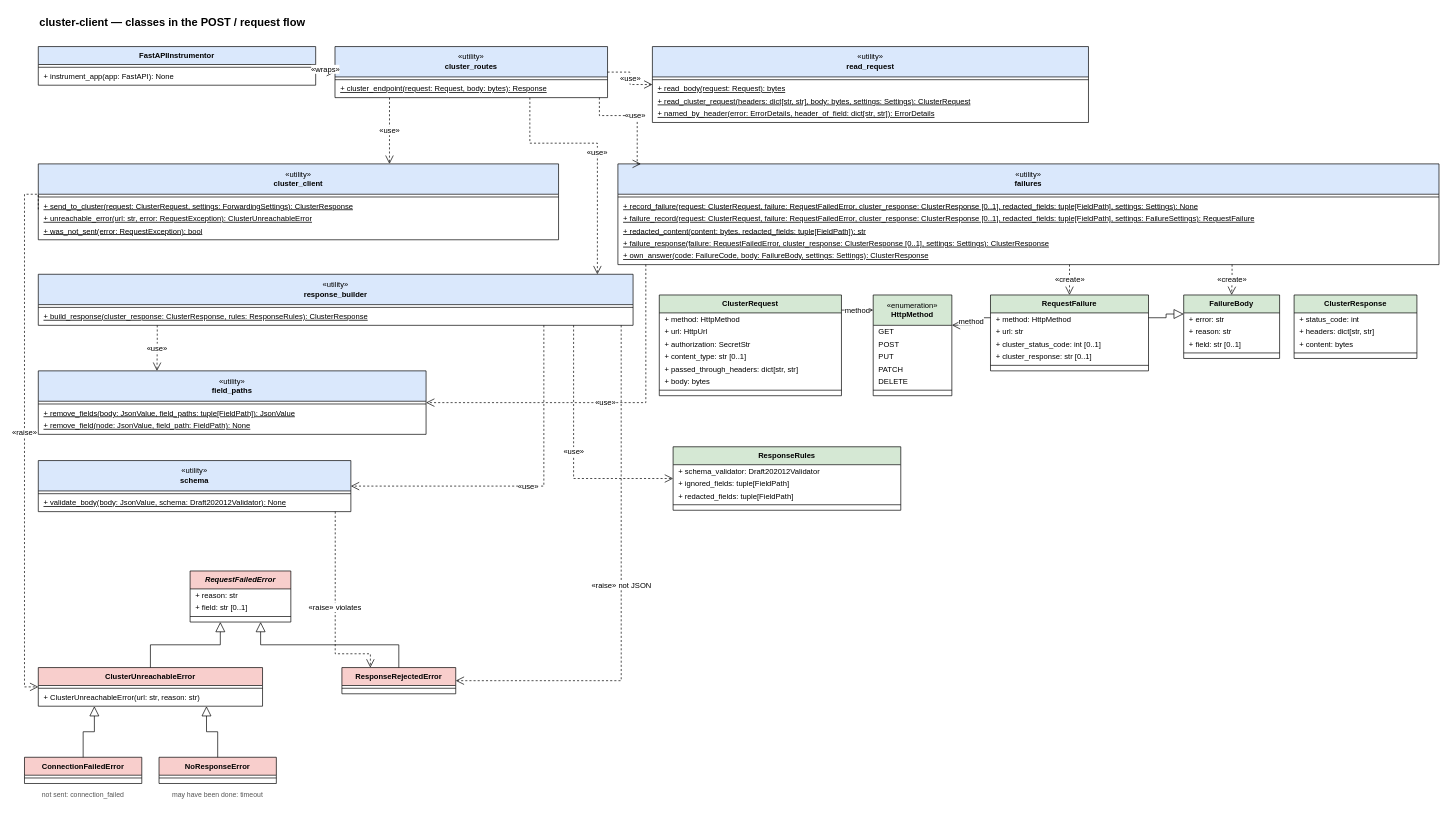
Earlier version of the draw.io diagram docs/diagrams/class-diagram.drawio (EliShteinman/cluster-client). Source tidied: cells renumbered, new cells numbered last; positions are measured from the earlier drawing's top-left corner, leaving out a move shared by most shapes. Both pictures are drawn from the tidied source at 69%, with x=0, y=0 at pixel (24, 12).
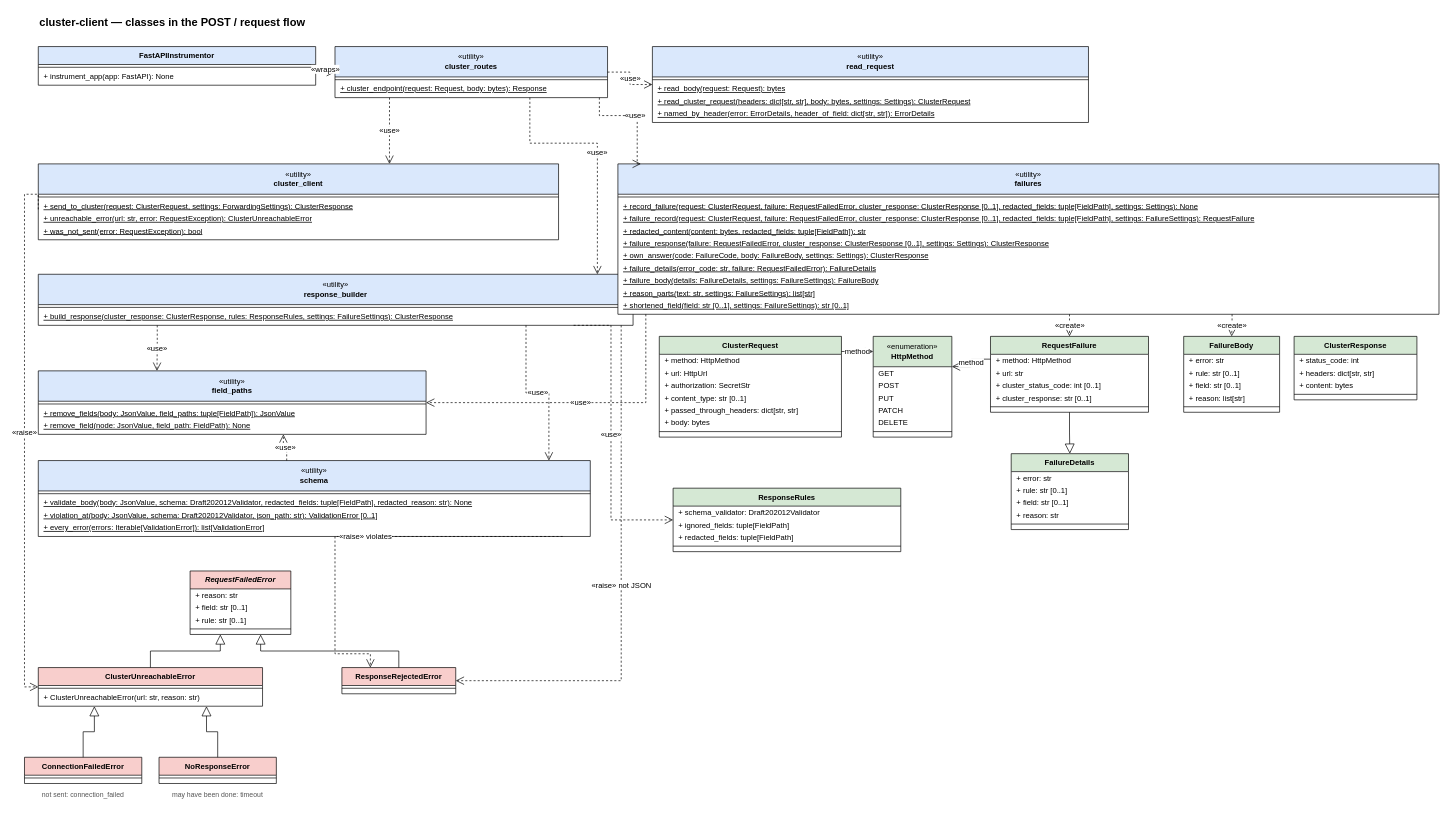
The same page after the edit.

Unchanged cells that the change refers to:
```xml
<mxCell id="19" value="«utility»&lt;br&gt;&lt;b&gt;response_builder&lt;/b&gt;" style="swimlane;html=1;fontStyle=0;horizontal=1;startSize=44;whiteSpace=wrap;fillColor=#DAE8FC;swimlaneFillColor=#FFFFFF;fontFamily=Helvetica;fontSize=11;" parent="1" vertex="1">
  <mxGeometry x="20" y="380" width="862" height="74" as="geometry" />
</mxCell>
<mxCell id="22" value="«utility»&lt;br&gt;&lt;b&gt;field_paths&lt;/b&gt;" style="swimlane;html=1;fontStyle=0;horizontal=1;startSize=44;whiteSpace=wrap;fillColor=#DAE8FC;swimlaneFillColor=#FFFFFF;fontFamily=Helvetica;fontSize=11;" parent="1" vertex="1">
  <mxGeometry x="20" y="520" width="562" height="92" as="geometry" />
</mxCell>
```

What changed in the source:
```diff
@@
-    <mxCell id="21" value="+ build_response(cluster_response: ClusterResponse, rules: ResponseRules): ClusterResponse" style="text;strokeColor=none;fillColor=none;align=left;verticalAlign=middle;spacingLeft=6;spacingRight=4;overflow=hidden;fontStyle=4;fontFamily=Helvetica;fontSize=11;" parent="19" vertex="1">
+    <mxCell id="21" value="+ build_response(cluster_response: ClusterResponse, rules: ResponseRules, settings: FailureSettings): ClusterResponse" style="text;strokeColor=none;fillColor=none;align=left;verticalAlign=middle;spacingLeft=6;spacingRight=4;overflow=hidden;fontStyle=4;fontFamily=Helvetica;fontSize=11;" parent="19" vertex="1">
       <mxGeometry y="52" width="862" height="18" as="geometry" />
     </mxCell>
@@
     <mxCell id="26" value="«utility»&lt;br&gt;&lt;b&gt;schema&lt;/b&gt;" style="swimlane;html=1;fontStyle=0;horizontal=1;startSize=44;whiteSpace=wrap;fillColor=#DAE8FC;swimlaneFillColor=#FFFFFF;fontFamily=Helvetica;fontSize=11;" parent="1" vertex="1">
-      <mxGeometry x="20" y="650" width="453" height="74" as="geometry" />
+      <mxGeometry x="20" y="650" width="800" height="110" as="geometry" />
     </mxCell>
     <mxCell id="27" style="line;strokeWidth=1;fillColor=none;align=left;verticalAlign=middle;spacingTop=-1;spacingLeft=3;spacingRight=3;labelPosition=right;" parent="26" vertex="1">
-      <mxGeometry y="44" width="453" height="8" as="geometry" />
+      <mxGeometry y="44" width="800" height="8" as="geometry" />
     </mxCell>
-    <mxCell id="28" value="+ validate_body(body: JsonValue, schema: Draft202012Validator): None" style="text;strokeColor=none;fillColor=none;align=left;verticalAlign=middle;spacingLeft=6;spacingRight=4;overflow=hidden;fontStyle=4;fontFamily=Helvetica;fontSize=11;" parent="26" vertex="1">
-      <mxGeometry y="52" width="453" height="18" as="geometry" />
+    <mxCell id="28" value="+ validate_body(body: JsonValue, schema: Draft202012Validator, redacted_fields: tuple[FieldPath], redacted_reason: str): None" style="text;strokeColor=none;fillColor=none;align=left;verticalAlign=middle;spacingLeft=6;spacingRight=4;overflow=hidden;fontStyle=4;fontFamily=Helvetica;fontSize=11;" parent="26" vertex="1">
+      <mxGeometry y="52" width="800" height="18" as="geometry" />
     </mxCell>
+    <mxCell id="108" value="+ violation_at(body: JsonValue, schema: Draft202012Validator, json_path: str): ValidationError [0..1]" style="text;strokeColor=none;fillColor=none;align=left;verticalAlign=middle;spacingLeft=6;spacingRight=4;overflow=hidden;fontStyle=4;fontFamily=Helvetica;fontSize=11;" parent="26" vertex="1">
+      <mxGeometry y="70" width="800" height="18" as="geometry" />
+    </mxCell>
+    <mxCell id="109" value="+ every_error(errors: Iterable[ValidationError]): list[ValidationError]" style="text;strokeColor=none;fillColor=none;align=left;verticalAlign=middle;spacingLeft=6;spacingRight=4;overflow=hidden;fontStyle=4;fontFamily=Helvetica;fontSize=11;" parent="26" vertex="1">
+      <mxGeometry y="88" width="800" height="18" as="geometry" />
+    </mxCell>
     <mxCell id="29" value="«utility»&lt;br&gt;&lt;b&gt;failures&lt;/b&gt;" style="swimlane;html=1;fontStyle=0;horizontal=1;startSize=44;whiteSpace=wrap;fillColor=#DAE8FC;swimlaneFillColor=#FFFFFF;fontFamily=Helvetica;fontSize=11;" parent="1" vertex="1">
-      <mxGeometry x="860" y="220" width="1190" height="146" as="geometry" />
+      <mxGeometry x="860" y="220" width="1190" height="218" as="geometry" />
     </mxCell>
@@
+    <mxCell id="110" value="+ failure_details(error_code: str, failure: RequestFailedError): FailureDetails" style="text;strokeColor=none;fillColor=none;align=left;verticalAlign=middle;spacingLeft=6;spacingRight=4;overflow=hidden;fontStyle=4;fontFamily=Helvetica;fontSize=11;" parent="29" vertex="1">
+      <mxGeometry y="142" width="1190" height="18" as="geometry" />
+    </mxCell>
+    <mxCell id="111" value="+ failure_body(details: FailureDetails, settings: FailureSettings): FailureBody" style="text;strokeColor=none;fillColor=none;align=left;verticalAlign=middle;spacingLeft=6;spacingRight=4;overflow=hidden;fontStyle=4;fontFamily=Helvetica;fontSize=11;" parent="29" vertex="1">
+      <mxGeometry y="160" width="1190" height="18" as="geometry" />
+    </mxCell>
+    <mxCell id="112" value="+ reason_parts(text: str, settings: FailureSettings): list[str]" style="text;strokeColor=none;fillColor=none;align=left;verticalAlign=middle;spacingLeft=6;spacingRight=4;overflow=hidden;fontStyle=4;fontFamily=Helvetica;fontSize=11;" parent="29" vertex="1">
+      <mxGeometry y="178" width="1190" height="18" as="geometry" />
+    </mxCell>
+    <mxCell id="113" value="+ shortened_field(field: str [0..1], settings: FailureSettings): str [0..1]" style="text;strokeColor=none;fillColor=none;align=left;verticalAlign=middle;spacingLeft=6;spacingRight=4;overflow=hidden;fontStyle=4;fontFamily=Helvetica;fontSize=11;" parent="29" vertex="1">
+      <mxGeometry y="196" width="1190" height="18" as="geometry" />
+    </mxCell>
     <mxCell id="36" value="&lt;b&gt;ClusterRequest&lt;/b&gt;" style="swimlane;html=1;fontStyle=0;horizontal=1;startSize=26;whiteSpace=wrap;fillColor=#D5E8D4;swimlaneFillColor=#FFFFFF;fontFamily=Helvetica;fontSize=11;" parent="1" vertex="1">
-      <mxGeometry x="920" y="410" width="264" height="146" as="geometry" />
+      <mxGeometry x="920" y="470" width="264" height="146" as="geometry" />
     </mxCell>
@@
     <mxCell id="44" value="«enumeration»&lt;br&gt;&lt;b&gt;HttpMethod&lt;/b&gt;" style="swimlane;html=1;fontStyle=0;horizontal=1;startSize=44;whiteSpace=wrap;fillColor=#D5E8D4;swimlaneFillColor=#FFFFFF;fontFamily=Helvetica;fontSize=11;" parent="1" vertex="1">
-      <mxGeometry x="1230" y="410" width="114" height="146" as="geometry" />
+      <mxGeometry x="1230" y="470" width="114" height="146" as="geometry" />
     </mxCell>
@@
     <mxCell id="51" value="&lt;b&gt;ClusterResponse&lt;/b&gt;" style="swimlane;html=1;fontStyle=0;horizontal=1;startSize=26;whiteSpace=wrap;fillColor=#D5E8D4;swimlaneFillColor=#FFFFFF;fontFamily=Helvetica;fontSize=11;" parent="1" vertex="1">
-      <mxGeometry x="1840" y="410" width="178" height="92" as="geometry" />
+      <mxGeometry x="1840" y="470" width="178" height="92" as="geometry" />
     </mxCell>
@@
     <mxCell id="56" value="&lt;b&gt;RequestFailure&lt;/b&gt;" style="swimlane;html=1;fontStyle=0;horizontal=1;startSize=26;whiteSpace=wrap;fillColor=#D5E8D4;swimlaneFillColor=#FFFFFF;fontFamily=Helvetica;fontSize=11;" parent="1" vertex="1">
-      <mxGeometry x="1400" y="410" width="229" height="110" as="geometry" />
+      <mxGeometry x="1400" y="470" width="229" height="110" as="geometry" />
     </mxCell>
@@
     <mxCell id="62" value="&lt;b&gt;FailureBody&lt;/b&gt;" style="swimlane;html=1;fontStyle=0;horizontal=1;startSize=26;whiteSpace=wrap;fillColor=#D5E8D4;swimlaneFillColor=#FFFFFF;fontFamily=Helvetica;fontSize=11;" parent="1" vertex="1">
-      <mxGeometry x="1680" y="410" width="139" height="92" as="geometry" />
+      <mxGeometry x="1680" y="470" width="139" height="110" as="geometry" />
     </mxCell>
@@
-    <mxCell id="64" value="+ reason: str" style="text;strokeColor=none;fillColor=none;align=left;verticalAlign=middle;spacingLeft=6;spacingRight=4;overflow=hidden;fontStyle=0;fontFamily=Helvetica;fontSize=11;" parent="62" vertex="1">
+    <mxCell id="64" value="+ rule: str [0..1]" style="text;strokeColor=none;fillColor=none;align=left;verticalAlign=middle;spacingLeft=6;spacingRight=4;overflow=hidden;fontStyle=0;fontFamily=Helvetica;fontSize=11;" parent="62" vertex="1">
       <mxGeometry y="44" width="139" height="18" as="geometry" />
     </mxCell>
@@
+    <mxCell id="114" value="+ reason: list[str]" style="text;strokeColor=none;fillColor=none;align=left;verticalAlign=middle;spacingLeft=6;spacingRight=4;overflow=hidden;fontStyle=0;fontFamily=Helvetica;fontSize=11;" parent="62" vertex="1">
+      <mxGeometry y="80" width="139" height="18" as="geometry" />
+    </mxCell>
     <mxCell id="66" style="line;strokeWidth=1;fillColor=none;align=left;verticalAlign=middle;spacingTop=-1;spacingLeft=3;spacingRight=3;labelPosition=right;" parent="62" vertex="1">
-      <mxGeometry y="80" width="139" height="8" as="geometry" />
+      <mxGeometry y="98" width="139" height="8" as="geometry" />
     </mxCell>
     <mxCell id="67" value="&lt;i&gt;&lt;b&gt;RequestFailedError&lt;/b&gt;&lt;/i&gt;" style="swimlane;html=1;fontStyle=0;horizontal=1;startSize=26;whiteSpace=wrap;fillColor=#F8CECC;swimlaneFillColor=#FFFFFF;fontFamily=Helvetica;fontSize=11;" parent="1" vertex="1">
-      <mxGeometry x="240" y="810" width="146" height="74" as="geometry" />
+      <mxGeometry x="240" y="810" width="146" height="92" as="geometry" />
     </mxCell>
@@
+    <mxCell id="115" value="+ rule: str [0..1]" style="text;strokeColor=none;fillColor=none;align=left;verticalAlign=middle;spacingLeft=6;spacingRight=4;overflow=hidden;fontStyle=0;fontFamily=Helvetica;fontSize=11;" parent="67" vertex="1">
+      <mxGeometry y="62" width="146" height="18" as="geometry" />
+    </mxCell>
     <mxCell id="70" style="line;strokeWidth=1;fillColor=none;align=left;verticalAlign=middle;spacingTop=-1;spacingLeft=3;spacingRight=3;labelPosition=right;" parent="67" vertex="1">
-      <mxGeometry y="62" width="146" height="8" as="geometry" />
+      <mxGeometry y="80" width="146" height="8" as="geometry" />
     </mxCell>
@@
-    <mxCell id="79" style="edgeStyle=orthogonalEdgeStyle;rounded=0;html=1;endArrow=block;endFill=0;endSize=12;fontFamily=Helvetica;fontSize=11;exitX=1;exitY=0.3;exitDx=0;exitDy=0;entryX=0;entryY=0.3;entryDx=0;entryDy=0;" parent="1" edge="1" source="56" target="62">
+    <mxCell id="79" style="edgeStyle=orthogonalEdgeStyle;rounded=0;html=1;endArrow=block;endFill=0;endSize=12;fontFamily=Helvetica;fontSize=11;exitX=0.5;exitY=1;exitDx=0;exitDy=0;entryX=0.5;entryY=0;entryDx=0;entryDy=0;" parent="1" edge="1" source="56" target="116">
       <mxGeometry relative="1" as="geometry" />
     </mxCell>
+    <mxCell id="116" value="&lt;b&gt;FailureDetails&lt;/b&gt;" style="swimlane;html=1;fontStyle=0;horizontal=1;startSize=26;whiteSpace=wrap;fillColor=#D5E8D4;swimlaneFillColor=#FFFFFF;fontFamily=Helvetica;fontSize=11;" parent="1" vertex="1">
+      <mxGeometry x="1430" y="640" width="170" height="110" as="geometry" />
+    </mxCell>
+    <mxCell id="117" value="+ error: str" style="text;strokeColor=none;fillColor=none;align=left;verticalAlign=middle;spacingLeft=6;spacingRight=4;overflow=hidden;fontStyle=0;fontFamily=Helvetica;fontSize=11;" parent="116" vertex="1">
+      <mxGeometry y="26" width="170" height="18" as="geometry" />
+    </mxCell>
+    <mxCell id="118" value="+ rule: str [0..1]" style="text;strokeColor=none;fillColor=none;align=left;verticalAlign=middle;spacingLeft=6;spacingRight=4;overflow=hidden;fontStyle=0;fontFamily=Helvetica;fontSize=11;" parent="116" vertex="1">
+      <mxGeometry y="44" width="170" height="18" as="geometry" />
+    </mxCell>
+    <mxCell id="119" value="+ field: str [0..1]" style="text;strokeColor=none;fillColor=none;align=left;verticalAlign=middle;spacingLeft=6;spacingRight=4;overflow=hidden;fontStyle=0;fontFamily=Helvetica;fontSize=11;" parent="116" vertex="1">
+      <mxGeometry y="62" width="170" height="18" as="geometry" />
+    </mxCell>
+    <mxCell id="120" value="+ reason: str" style="text;strokeColor=none;fillColor=none;align=left;verticalAlign=middle;spacingLeft=6;spacingRight=4;overflow=hidden;fontStyle=0;fontFamily=Helvetica;fontSize=11;" parent="116" vertex="1">
+      <mxGeometry y="80" width="170" height="18" as="geometry" />
+    </mxCell>
+    <mxCell id="121" style="line;strokeWidth=1;fillColor=none;align=left;verticalAlign=middle;spacingTop=-1;spacingLeft=3;spacingRight=3;labelPosition=right;" parent="116" vertex="1">
+      <mxGeometry y="98" width="170" height="8" as="geometry" />
+    </mxCell>
@@
-    <mxCell id="87" value="«use»" style="edgeStyle=orthogonalEdgeStyle;rounded=0;html=1;endArrow=open;endFill=0;dashed=1;endSize=10;fontFamily=Helvetica;fontSize=11;exitX=0.85;exitY=1;exitDx=0;exitDy=0;entryX=1;entryY=0.5;entryDx=0;entryDy=0;" parent="1" edge="1" source="19" target="26">
-      <mxGeometry relative="1" as="geometry">
-        <Array as="points">
-          <mxPoint x="753" y="687" />
-        </Array>
-      </mxGeometry>
+    <mxCell id="87" value="«use»" style="edgeStyle=orthogonalEdgeStyle;rounded=0;html=1;endArrow=open;endFill=0;dashed=1;endSize=10;fontFamily=Helvetica;fontSize=11;exitDx=0;exitDy=0;entryDx=0;entryDy=0;exitX=0.82;exitY=1;exitDx=0;exitDy=0;entryX=0.925;entryY=0;entryDx=0;entryDy=0;" parent="1" edge="1" source="19" target="26">
+      <mxGeometry relative="1" as="geometry" />
     </mxCell>
@@
     <mxCell id="102" value="&lt;b&gt;ResponseRules&lt;/b&gt;" style="swimlane;html=1;fontStyle=0;horizontal=1;startSize=26;whiteSpace=wrap;fillColor=#D5E8D4;swimlaneFillColor=#FFFFFF;fontFamily=Helvetica;fontSize=11;" parent="1" vertex="1">
-      <mxGeometry x="940" y="630" width="330" height="92" as="geometry" />
+      <mxGeometry x="940" y="690" width="330" height="92" as="geometry" />
     </mxCell>
@@
     <mxCell id="107" value="«use»" style="edgeStyle=orthogonalEdgeStyle;rounded=0;html=1;endArrow=open;endFill=0;dashed=1;endSize=10;fontFamily=Helvetica;fontSize=11;exitX=0.9;exitY=1;exitDx=0;exitDy=0;entryX=0;entryY=0.5;entryDx=0;entryDy=0;" parent="1" edge="1" source="19" target="102">
       <mxGeometry relative="1" as="geometry">
         <Array as="points">
-          <mxPoint x="796" y="676" />
+          <mxPoint x="850" y="736" />
         </Array>
       </mxGeometry>
     </mxCell>
+    <mxCell id="122" value="«use»" style="edgeStyle=orthogonalEdgeStyle;rounded=0;html=1;endArrow=open;endFill=0;dashed=1;endSize=10;fontFamily=Helvetica;fontSize=11;exitX=0.45;exitY=0;exitDx=0;exitDy=0;entryX=0.632;entryY=1;entryDx=0;entryDy=0;" parent="1" edge="1" source="26" target="22">
+      <mxGeometry relative="1" as="geometry" />
+    </mxCell>
```
